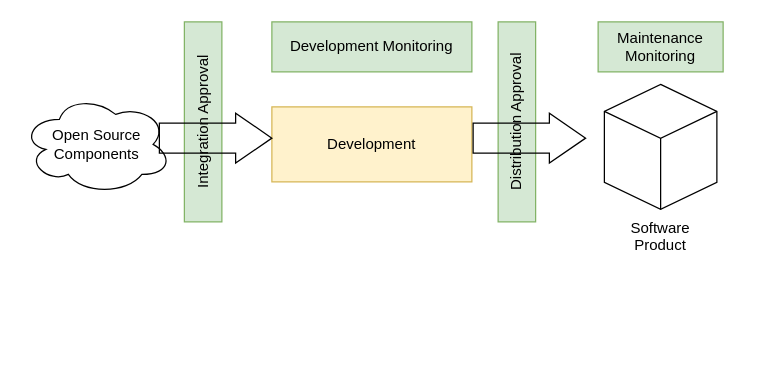
Earlier version of the draw.io diagram website/docs/part_B_software_management/sw_management_product/blueprints/process_high_level.drawio (eclipse-apoapsis/guidance). Source tidied: cells renumbered, new cells numbered last; positions are measured from the earlier drawing's top-left corner, leaving out a move shared by most shapes. Both pictures are drawn from the tidied source at 125%, with x=0, y=0 at pixel (21, 21).
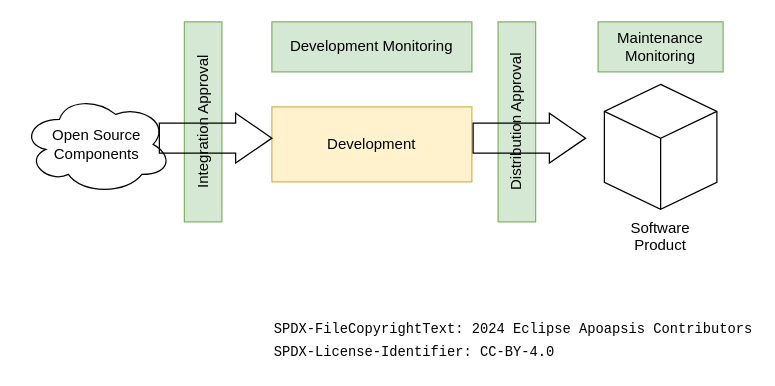
The same page after the edit.

Commit message (it also covers changes not shown here):
updated copyright and license info in the files

Change to the diagram source:
```diff
@@
 <mxGraphModel>
   <root>
     <mxCell id="0" />
     <mxCell id="1" parent="0" />
     <mxCell id="2" value="Open Source Components" style="ellipse;shape=cloud;whiteSpace=wrap;html=1;" parent="1" vertex="1">
       <mxGeometry y="58" width="120" height="80" as="geometry" />
     </mxCell>
     <mxCell id="3" value="Integration Approval" style="rounded=0;whiteSpace=wrap;html=1;rotation=-90;fillColor=#d5e8d4;strokeColor=#82b366;" parent="1" vertex="1">
       <mxGeometry x="65" y="65" width="160" height="30" as="geometry" />
     </mxCell>
     <mxCell id="4" value="Distribution Approval" style="rounded=0;whiteSpace=wrap;html=1;rotation=-90;fillColor=#d5e8d4;strokeColor=#82b366;" parent="1" vertex="1">
       <mxGeometry x="316" y="65" width="160" height="30" as="geometry" />
     </mxCell>
     <mxCell id="5" value="Development" style="rounded=0;whiteSpace=wrap;html=1;fillColor=#fff2cc;strokeColor=#d6b656;" parent="1" vertex="1">
       <mxGeometry x="200" y="68" width="160" height="60" as="geometry" />
     </mxCell>
     <mxCell id="6" value="Development Monitoring" style="rounded=0;whiteSpace=wrap;html=1;fillColor=#d5e8d4;strokeColor=#82b366;" parent="1" vertex="1">
       <mxGeometry x="200" width="160" height="40" as="geometry" />
     </mxCell>
     <mxCell id="7" value="Maintenance Monitoring" style="rounded=0;whiteSpace=wrap;html=1;fillColor=#d5e8d4;strokeColor=#82b366;" parent="1" vertex="1">
       <mxGeometry x="461" width="100" height="40" as="geometry" />
     </mxCell>
     <mxCell id="8" value="&lt;div&gt;&lt;br&gt;&lt;/div&gt;&lt;div&gt;&lt;br&gt;&lt;/div&gt;&lt;div&gt;&lt;br&gt;&lt;/div&gt;&lt;div&gt;&lt;br&gt;&lt;/div&gt;&lt;div&gt;&lt;br&gt;&lt;/div&gt;&lt;div&gt;&lt;br&gt;&lt;/div&gt;&lt;div&gt;&lt;br&gt;&lt;/div&gt;&lt;div&gt;&lt;br&gt;&lt;/div&gt;&lt;div&gt;&lt;br&gt;&lt;/div&gt;&lt;div&gt;&lt;br&gt;&lt;/div&gt;Software Product" style="html=1;whiteSpace=wrap;shape=isoCube2;backgroundOutline=1;isoAngle=15;" parent="1" vertex="1">
       <mxGeometry x="466" y="50" width="90" height="100" as="geometry" />
     </mxCell>
     <mxCell id="9" style="html=1;shadow=0;dashed=0;align=center;verticalAlign=middle;shape=mxgraph.arrows2.arrow;dy=0.4;dx=29;notch=0;fillColor=none;" parent="1" vertex="1">
       <mxGeometry x="110" y="73" width="90" height="40" as="geometry" />
     </mxCell>
     <mxCell id="10" style="html=1;shadow=0;dashed=0;align=center;verticalAlign=middle;shape=mxgraph.arrows2.arrow;dy=0.4;dx=29;notch=0;fillColor=none;" parent="1" vertex="1">
       <mxGeometry x="361" y="73" width="90" height="40" as="geometry" />
     </mxCell>
+    <mxCell id="11" value="&lt;div style=&quot;font-family: Consolas, &amp;quot;Courier New&amp;quot;, monospace; line-height: 19px; white-space: pre; font-size: 11px;&quot;&gt;&lt;font style=&quot;font-size: 11px;&quot;&gt;SPDX-FileCopyrightText: 2024 Eclipse Apoapsis Contributors&lt;/font&gt;&lt;/div&gt;&lt;div style=&quot;font-family: Consolas, &amp;quot;Courier New&amp;quot;, monospace; line-height: 19px; white-space: pre; font-size: 11px;&quot;&gt;&lt;div style=&quot;line-height: 19px;&quot;&gt;&lt;font style=&quot;font-size: 11px;&quot;&gt;SPDX-License-Identifier: CC-BY-4.0&lt;/font&gt;&lt;/div&gt;&lt;/div&gt;" style="text;html=1;align=left;verticalAlign=middle;whiteSpace=wrap;rounded=0;labelBackgroundColor=none;" parent="1" vertex="1">
+      <mxGeometry x="200" y="240" width="139" height="30" as="geometry" />
+    </mxCell>
   </root>
 </mxGraphModel>
```
